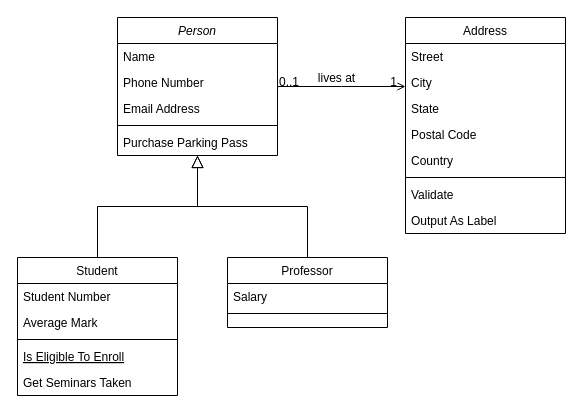
Before: Diagramme de classe.drawio in Longuevville/DonjonQuest, a draw.io diagram. Source tidied: cells renumbered, new cells numbered last; positions are measured from the earlier drawing's top-left corner, leaving out a move shared by most shapes. Both pictures are drawn from the tidied source at 100%, with x=0, y=0 at pixel (17, 17).
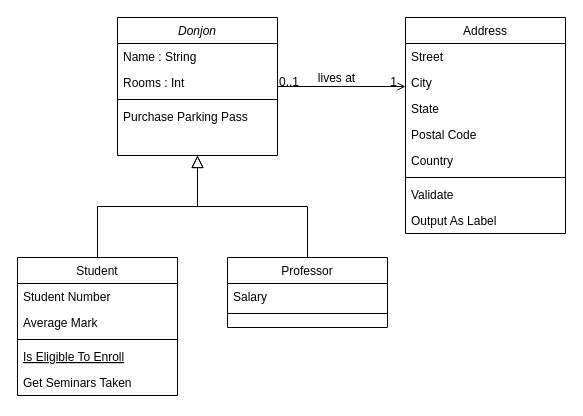
After the change.

Commit message:
Mettre à jour Diagramme de classe.drawio

The edit, as a diff of the source:
```diff
@@
-    <mxCell id="2" value="Person" style="swimlane;fontStyle=2;align=center;verticalAlign=top;horizontal=1;startSize=26;rounded=0;shadow=0;strokeWidth=1;" parent="1" vertex="1">
+    <mxCell id="2" value="Donjon" style="swimlane;fontStyle=2;align=center;verticalAlign=top;horizontal=1;startSize=26;rounded=0;shadow=0;strokeWidth=1;" parent="1" vertex="1">
       <mxGeometry x="100" width="160" height="138" as="geometry" />
     </mxCell>
-    <mxCell id="3" value="Name" style="text;align=left;verticalAlign=top;spacingLeft=4;spacingRight=4;overflow=hidden;" parent="2" vertex="1">
+    <mxCell id="3" value="Name : String" style="text;align=left;verticalAlign=top;spacingLeft=4;spacingRight=4;overflow=hidden;" parent="2" vertex="1">
       <mxGeometry y="26" width="160" height="26" as="geometry" />
     </mxCell>
-    <mxCell id="4" value="Phone Number" style="text;align=left;verticalAlign=top;spacingLeft=4;spacingRight=4;overflow=hidden;rounded=0;shadow=0;html=0;" parent="2" vertex="1">
-      <mxGeometry y="52" width="160" height="26" as="geometry" />
-    </mxCell>
-    <mxCell id="5" value="Email Address" style="text;align=left;verticalAlign=top;spacingLeft=4;spacingRight=4;overflow=hidden;rounded=0;shadow=0;html=0;" parent="2" vertex="1">
-      <mxGeometry y="78" width="160" height="26" as="geometry" />
+    <mxCell id="5" value="Rooms : Int" style="text;align=left;verticalAlign=top;spacingLeft=4;spacingRight=4;overflow=hidden;rounded=0;shadow=0;html=0;" parent="2" vertex="1">
+      <mxGeometry y="52" width="160" height="26" as="geometry" />
     </mxCell>
     <mxCell id="6" style="line;html=1;strokeWidth=1;align=left;verticalAlign=middle;spacingTop=-1;spacingLeft=3;spacingRight=3;labelPosition=right;" parent="2" vertex="1">
-      <mxGeometry y="104" width="160" height="8" as="geometry" />
+      <mxGeometry y="78" width="160" height="8" as="geometry" />
     </mxCell>
     <mxCell id="7" value="Purchase Parking Pass" style="text;align=left;verticalAlign=top;spacingLeft=4;spacingRight=4;overflow=hidden;" parent="2" vertex="1">
-      <mxGeometry y="112" width="160" height="26" as="geometry" />
+      <mxGeometry y="86" width="160" height="26" as="geometry" />
     </mxCell>
```
